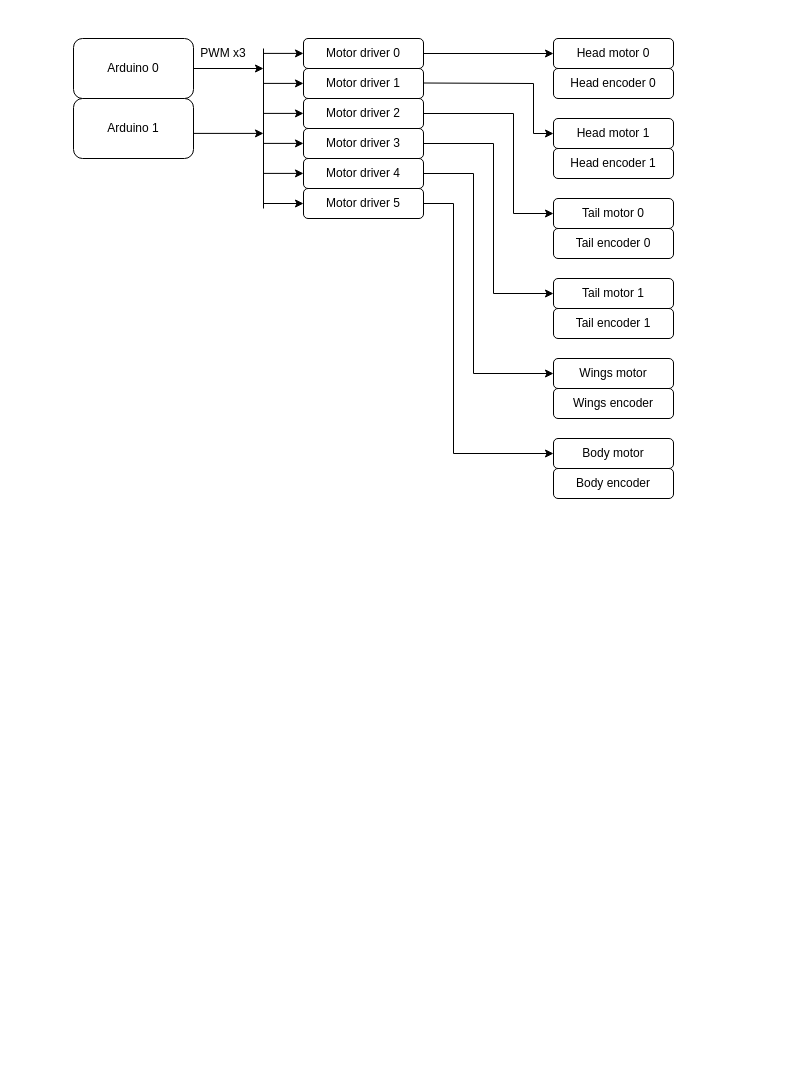
Earlier version of the draw.io diagram drawings/control_block_diagram.drawio (kmtaylor/miss_beehave). Source tidied: cells renumbered, new cells numbered last; positions are measured from the earlier drawing's top-left corner, leaving out a move shared by most shapes. Both pictures are drawn from the tidied source at 100%, with x=0, y=0 at pixel (73, 38).
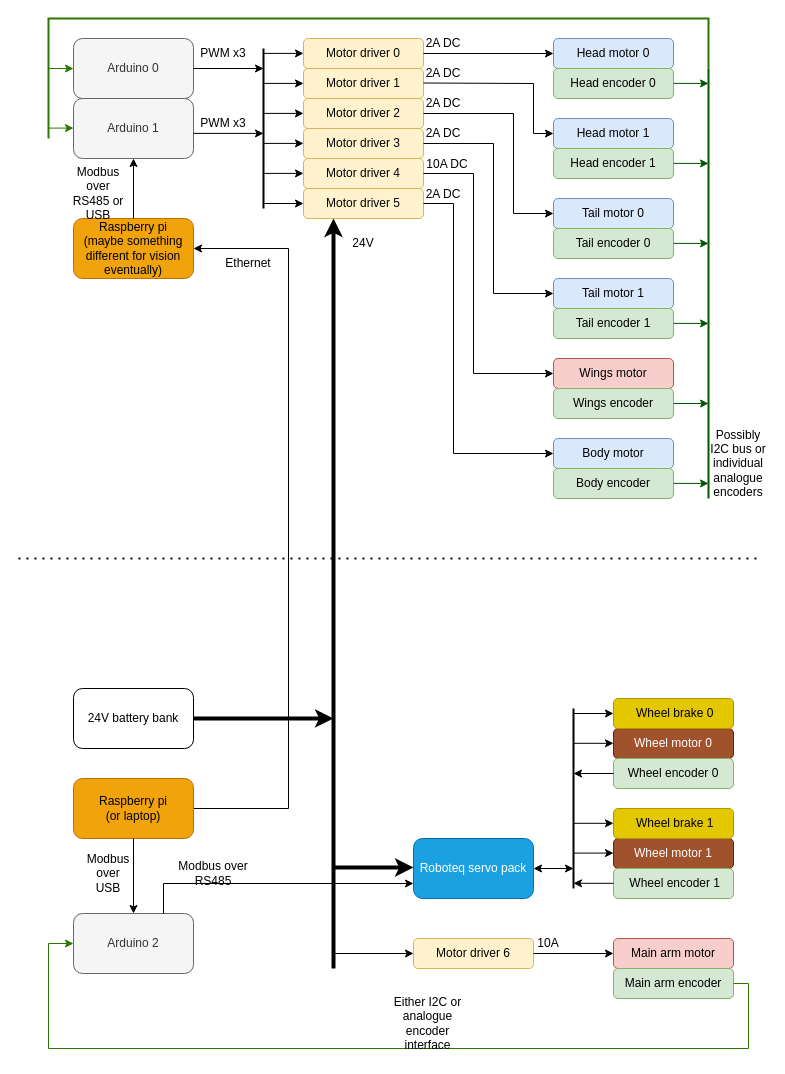
After the change.

Commit message:
Basic structure

Change to the diagram source:
```diff
@@
-    <mxCell id="2" value="Head motor 0" style="rounded=1;whiteSpace=wrap;html=1;" parent="1" vertex="1">
+    <mxCell id="2" value="Head motor 0" style="rounded=1;whiteSpace=wrap;html=1;fillColor=#dae8fc;strokeColor=#6c8ebf;" parent="1" vertex="1">
       <mxGeometry x="480" width="120" height="30" as="geometry" />
     </mxCell>
-    <mxCell id="3" value="Head encoder 0" style="rounded=1;whiteSpace=wrap;html=1;" parent="1" vertex="1">
+    <mxCell id="3" value="Head encoder 0" style="rounded=1;whiteSpace=wrap;html=1;fillColor=#d5e8d4;strokeColor=#82b366;" parent="1" vertex="1">
       <mxGeometry x="480" y="30" width="120" height="30" as="geometry" />
     </mxCell>
-    <mxCell id="4" value="Head motor 1" style="rounded=1;whiteSpace=wrap;html=1;" parent="1" vertex="1">
+    <mxCell id="4" value="Head motor 1" style="rounded=1;whiteSpace=wrap;html=1;fillColor=#dae8fc;strokeColor=#6c8ebf;" parent="1" vertex="1">
       <mxGeometry x="480" y="80" width="120" height="30" as="geometry" />
     </mxCell>
-    <mxCell id="5" value="Head encoder 1" style="rounded=1;whiteSpace=wrap;html=1;" parent="1" vertex="1">
+    <mxCell id="5" value="Head encoder 1" style="rounded=1;whiteSpace=wrap;html=1;fillColor=#d5e8d4;strokeColor=#82b366;" parent="1" vertex="1">
       <mxGeometry x="480" y="110" width="120" height="30" as="geometry" />
     </mxCell>
-    <mxCell id="6" value="Tail motor 0" style="rounded=1;whiteSpace=wrap;html=1;" parent="1" vertex="1">
+    <mxCell id="6" value="Tail motor 0" style="rounded=1;whiteSpace=wrap;html=1;fillColor=#dae8fc;strokeColor=#6c8ebf;" parent="1" vertex="1">
       <mxGeometry x="480" y="160" width="120" height="30" as="geometry" />
     </mxCell>
-    <mxCell id="7" value="Tail encoder 0" style="rounded=1;whiteSpace=wrap;html=1;" parent="1" vertex="1">
+    <mxCell id="7" value="Tail encoder 0" style="rounded=1;whiteSpace=wrap;html=1;fillColor=#d5e8d4;strokeColor=#82b366;" parent="1" vertex="1">
       <mxGeometry x="480" y="190" width="120" height="30" as="geometry" />
     </mxCell>
-    <mxCell id="8" value="Tail motor 1" style="rounded=1;whiteSpace=wrap;html=1;" parent="1" vertex="1">
+    <mxCell id="8" value="Tail motor 1" style="rounded=1;whiteSpace=wrap;html=1;fillColor=#dae8fc;strokeColor=#6c8ebf;" parent="1" vertex="1">
       <mxGeometry x="480" y="240" width="120" height="30" as="geometry" />
     </mxCell>
-    <mxCell id="9" value="Tail encoder 1" style="rounded=1;whiteSpace=wrap;html=1;" parent="1" vertex="1">
+    <mxCell id="9" value="Tail encoder 1" style="rounded=1;whiteSpace=wrap;html=1;fillColor=#d5e8d4;strokeColor=#82b366;" parent="1" vertex="1">
       <mxGeometry x="480" y="270" width="120" height="30" as="geometry" />
     </mxCell>
-    <mxCell id="10" value="Wings motor" style="rounded=1;whiteSpace=wrap;html=1;" parent="1" vertex="1">
+    <mxCell id="10" value="Wings motor" style="rounded=1;whiteSpace=wrap;html=1;fillColor=#f8cecc;strokeColor=#b85450;" parent="1" vertex="1">
       <mxGeometry x="480" y="320" width="120" height="30" as="geometry" />
     </mxCell>
-    <mxCell id="11" value="Wings encoder" style="rounded=1;whiteSpace=wrap;html=1;" parent="1" vertex="1">
+    <mxCell id="11" value="Wings encoder" style="rounded=1;whiteSpace=wrap;html=1;fillColor=#d5e8d4;strokeColor=#82b366;" parent="1" vertex="1">
       <mxGeometry x="480" y="350" width="120" height="30" as="geometry" />
     </mxCell>
-    <mxCell id="12" value="Body motor" style="rounded=1;whiteSpace=wrap;html=1;" parent="1" vertex="1">
+    <mxCell id="12" value="Body motor" style="rounded=1;whiteSpace=wrap;html=1;fillColor=#dae8fc;strokeColor=#6c8ebf;" parent="1" vertex="1">
       <mxGeometry x="480" y="400" width="120" height="30" as="geometry" />
     </mxCell>
-    <mxCell id="13" value="Body encoder" style="rounded=1;whiteSpace=wrap;html=1;" parent="1" vertex="1">
+    <mxCell id="13" value="Body encoder" style="rounded=1;whiteSpace=wrap;html=1;fillColor=#d5e8d4;strokeColor=#82b366;" parent="1" vertex="1">
       <mxGeometry x="480" y="430" width="120" height="30" as="geometry" />
     </mxCell>
-    <mxCell id="14" value="Motor driver 0" style="rounded=1;whiteSpace=wrap;html=1;" parent="1" vertex="1">
+    <mxCell id="14" value="Motor driver 0" style="rounded=1;whiteSpace=wrap;html=1;fillColor=#fff2cc;strokeColor=#d6b656;" parent="1" vertex="1">
       <mxGeometry x="230" width="120" height="30" as="geometry" />
     </mxCell>
-    <mxCell id="15" value="Motor driver 1" style="rounded=1;whiteSpace=wrap;html=1;" parent="1" vertex="1">
+    <mxCell id="15" value="Motor driver 1" style="rounded=1;whiteSpace=wrap;html=1;fillColor=#fff2cc;strokeColor=#d6b656;" parent="1" vertex="1">
       <mxGeometry x="230" y="30" width="120" height="30" as="geometry" />
     </mxCell>
-    <mxCell id="16" value="Motor driver 2" style="rounded=1;whiteSpace=wrap;html=1;" parent="1" vertex="1">
+    <mxCell id="16" value="Motor driver 2" style="rounded=1;whiteSpace=wrap;html=1;fillColor=#fff2cc;strokeColor=#d6b656;" parent="1" vertex="1">
       <mxGeometry x="230" y="60" width="120" height="30" as="geometry" />
     </mxCell>
-    <mxCell id="17" value="Motor driver 3" style="rounded=1;whiteSpace=wrap;html=1;" parent="1" vertex="1">
+    <mxCell id="17" value="Motor driver 3" style="rounded=1;whiteSpace=wrap;html=1;fillColor=#fff2cc;strokeColor=#d6b656;" parent="1" vertex="1">
       <mxGeometry x="230" y="90" width="120" height="30" as="geometry" />
     </mxCell>
-    <mxCell id="18" value="Motor driver 4" style="rounded=1;whiteSpace=wrap;html=1;" parent="1" vertex="1">
+    <mxCell id="18" value="Motor driver 4" style="rounded=1;whiteSpace=wrap;html=1;fillColor=#fff2cc;strokeColor=#d6b656;" parent="1" vertex="1">
       <mxGeometry x="230" y="120" width="120" height="30" as="geometry" />
     </mxCell>
-    <mxCell id="19" value="Motor driver 5" style="rounded=1;whiteSpace=wrap;html=1;" parent="1" vertex="1">
+    <mxCell id="19" value="Motor driver 5" style="rounded=1;whiteSpace=wrap;html=1;fillColor=#fff2cc;strokeColor=#d6b656;" parent="1" vertex="1">
       <mxGeometry x="230" y="150" width="120" height="30" as="geometry" />
     </mxCell>
@@
-    <mxCell id="26" value="Arduino 0" style="rounded=1;whiteSpace=wrap;html=1;" parent="1" vertex="1">
+    <mxCell id="26" value="Arduino 0" style="rounded=1;whiteSpace=wrap;html=1;fillColor=#f5f5f5;fontColor=#333333;strokeColor=#666666;" parent="1" vertex="1">
       <mxGeometry width="120" height="60" as="geometry" />
     </mxCell>
-    <mxCell id="27" value="Arduino 1" style="rounded=1;whiteSpace=wrap;html=1;" parent="1" vertex="1">
+    <mxCell id="27" value="Arduino 1" style="rounded=1;whiteSpace=wrap;html=1;fillColor=#f5f5f5;fontColor=#333333;strokeColor=#666666;" parent="1" vertex="1">
       <mxGeometry y="60" width="120" height="60" as="geometry" />
     </mxCell>
-    <mxCell id="28" style="endArrow=none;html=1;rounded=0;endFill=0;" parent="1" edge="1">
+    <mxCell id="28" style="endArrow=none;html=1;rounded=0;endFill=0;strokeWidth=2;" parent="1" edge="1">
       <mxGeometry relative="1" as="geometry">
         <mxPoint x="190" y="10" as="sourcePoint" />
         <mxPoint x="190" y="170" as="targetPoint" />
       </mxGeometry>
     </mxCell>
@@
+    <mxCell id="38" value="PWM x3" style="text;html=1;strokeColor=none;fillColor=none;align=center;verticalAlign=middle;whiteSpace=wrap;rounded=0;" parent="1" vertex="1">
+      <mxGeometry x="120" y="70" width="60" height="30" as="geometry" />
+    </mxCell>
+    <mxCell id="39" value="2A DC" style="text;html=1;strokeColor=none;fillColor=none;align=center;verticalAlign=middle;whiteSpace=wrap;rounded=0;" parent="1" vertex="1">
+      <mxGeometry x="340" y="-10" width="60" height="30" as="geometry" />
+    </mxCell>
+    <mxCell id="40" value="2A DC" style="text;html=1;strokeColor=none;fillColor=none;align=center;verticalAlign=middle;whiteSpace=wrap;rounded=0;" parent="1" vertex="1">
+      <mxGeometry x="340" y="20" width="60" height="30" as="geometry" />
+    </mxCell>
+    <mxCell id="41" value="2A DC" style="text;html=1;strokeColor=none;fillColor=none;align=center;verticalAlign=middle;whiteSpace=wrap;rounded=0;" parent="1" vertex="1">
+      <mxGeometry x="340" y="50" width="60" height="30" as="geometry" />
+    </mxCell>
+    <mxCell id="42" value="2A DC" style="text;html=1;strokeColor=none;fillColor=none;align=center;verticalAlign=middle;whiteSpace=wrap;rounded=0;" parent="1" vertex="1">
+      <mxGeometry x="340" y="80" width="60" height="30" as="geometry" />
+    </mxCell>
+    <mxCell id="43" value="10A DC" style="text;html=1;strokeColor=none;fillColor=none;align=center;verticalAlign=middle;whiteSpace=wrap;rounded=0;" parent="1" vertex="1">
+      <mxGeometry x="344" y="111" width="60" height="30" as="geometry" />
+    </mxCell>
+    <mxCell id="44" value="2A DC" style="text;html=1;strokeColor=none;fillColor=none;align=center;verticalAlign=middle;whiteSpace=wrap;rounded=0;" parent="1" vertex="1">
+      <mxGeometry x="340" y="141" width="60" height="30" as="geometry" />
+    </mxCell>
+    <mxCell id="45" style="endArrow=none;html=1;rounded=0;endFill=0;fillColor=#008a00;strokeColor=#005700;strokeWidth=2;" parent="1" edge="1">
+      <mxGeometry relative="1" as="geometry">
+        <mxPoint x="635" y="30" as="sourcePoint" />
+        <mxPoint x="635" y="460" as="targetPoint" />
+      </mxGeometry>
+    </mxCell>
+    <mxCell id="46" style="endArrow=classic;html=1;rounded=0;exitX=1;exitY=0.5;exitDx=0;exitDy=0;fillColor=#008a00;strokeColor=#005700;" parent="1" edge="1" source="11">
+      <mxGeometry relative="1" as="geometry">
+        <mxPoint x="635" y="365" as="targetPoint" />
+      </mxGeometry>
+    </mxCell>
+    <mxCell id="47" style="endArrow=classic;html=1;rounded=0;exitX=1;exitY=0.5;exitDx=0;exitDy=0;fillColor=#008a00;strokeColor=#005700;" parent="1" edge="1">
+      <mxGeometry relative="1" as="geometry">
+        <mxPoint x="600" y="444.9" as="sourcePoint" />
+        <mxPoint x="635" y="444.9" as="targetPoint" />
+      </mxGeometry>
+    </mxCell>
+    <mxCell id="48" style="endArrow=classic;html=1;rounded=0;exitX=1;exitY=0.5;exitDx=0;exitDy=0;fillColor=#008a00;strokeColor=#005700;" parent="1" edge="1">
+      <mxGeometry relative="1" as="geometry">
+        <mxPoint x="600" y="284.9" as="sourcePoint" />
+        <mxPoint x="635" y="284.9" as="targetPoint" />
+      </mxGeometry>
+    </mxCell>
+    <mxCell id="49" style="endArrow=classic;html=1;rounded=0;exitX=1;exitY=0.5;exitDx=0;exitDy=0;fillColor=#008a00;strokeColor=#005700;" parent="1" edge="1">
+      <mxGeometry relative="1" as="geometry">
+        <mxPoint x="600" y="204.9" as="sourcePoint" />
+        <mxPoint x="635" y="204.9" as="targetPoint" />
+      </mxGeometry>
+    </mxCell>
+    <mxCell id="50" style="endArrow=classic;html=1;rounded=0;exitX=1;exitY=0.5;exitDx=0;exitDy=0;fillColor=#008a00;strokeColor=#005700;" parent="1" edge="1">
+      <mxGeometry relative="1" as="geometry">
+        <mxPoint x="600" y="124.9" as="sourcePoint" />
+        <mxPoint x="635" y="124.9" as="targetPoint" />
+      </mxGeometry>
+    </mxCell>
+    <mxCell id="51" style="endArrow=classic;html=1;rounded=0;exitX=1;exitY=0.5;exitDx=0;exitDy=0;fillColor=#008a00;strokeColor=#005700;" parent="1" edge="1">
+      <mxGeometry relative="1" as="geometry">
+        <mxPoint x="600" y="44.9" as="sourcePoint" />
+        <mxPoint x="635" y="44.9" as="targetPoint" />
+      </mxGeometry>
+    </mxCell>
+    <mxCell id="52" style="endArrow=none;html=1;rounded=0;fillColor=#60a917;strokeColor=#2D7600;strokeWidth=2;endFill=0;" parent="1" edge="1">
+      <mxGeometry relative="1" as="geometry">
+        <mxPoint x="635" y="30" as="sourcePoint" />
+        <mxPoint x="-25" y="90" as="targetPoint" />
+        <Array as="points">
+          <mxPoint x="635" y="-20" />
+          <mxPoint x="-25" y="-20" />
+          <mxPoint x="-25" y="90" />
+          <mxPoint x="-25" y="100" />
+        </Array>
+      </mxGeometry>
+    </mxCell>
+    <mxCell id="53" style="endArrow=classic;html=1;rounded=0;entryX=0;entryY=0.5;entryDx=0;entryDy=0;fillColor=#60a917;strokeColor=#2D7600;" parent="1" edge="1" target="26">
+      <mxGeometry relative="1" as="geometry">
+        <mxPoint x="-25" y="30" as="sourcePoint" />
+      </mxGeometry>
+    </mxCell>
+    <mxCell id="54" value="Possibly I2C bus or individual analogue encoders" style="text;html=1;strokeColor=none;fillColor=none;align=center;verticalAlign=middle;whiteSpace=wrap;rounded=0;" parent="1" vertex="1">
+      <mxGeometry x="635" y="410" width="60" height="30" as="geometry" />
+    </mxCell>
+    <mxCell id="55" value="&lt;div&gt;Raspberry pi&lt;/div&gt;&lt;div&gt;(maybe something different for vision eventually)&lt;br&gt;&lt;/div&gt;" style="rounded=1;whiteSpace=wrap;html=1;fillColor=#f0a30a;fontColor=#000000;strokeColor=#BD7000;" parent="1" vertex="1">
+      <mxGeometry y="180" width="120" height="60" as="geometry" />
+    </mxCell>
+    <mxCell id="56" style="endArrow=classic;html=1;rounded=0;exitX=0.5;exitY=0;exitDx=0;exitDy=0;entryX=0.5;entryY=1;entryDx=0;entryDy=0;" parent="1" edge="1" source="55" target="27">
+      <mxGeometry relative="1" as="geometry" />
+    </mxCell>
+    <mxCell id="57" value="Modbus over RS485 or USB" style="text;html=1;strokeColor=none;fillColor=none;align=center;verticalAlign=middle;whiteSpace=wrap;rounded=0;" parent="1" vertex="1">
+      <mxGeometry x="-5" y="140" width="60" height="30" as="geometry" />
+    </mxCell>
+    <mxCell id="58" style="endArrow=classic;html=1;rounded=0;entryX=0.25;entryY=1;entryDx=0;entryDy=0;strokeWidth=4;" parent="1" edge="1" target="19">
+      <mxGeometry relative="1" as="geometry">
+        <mxPoint x="260" y="930" as="sourcePoint" />
+      </mxGeometry>
+    </mxCell>
+    <mxCell id="59" style="endArrow=classic;html=1;rounded=0;entryX=1;entryY=0.5;entryDx=0;entryDy=0;exitX=1;exitY=0.5;exitDx=0;exitDy=0;" parent="1" edge="1" source="79" target="55">
+      <mxGeometry relative="1" as="geometry">
+        <Array as="points">
+          <mxPoint x="215" y="770" />
+          <mxPoint x="215" y="210" />
+        </Array>
+      </mxGeometry>
+    </mxCell>
+    <mxCell id="60" value="24V" style="text;html=1;strokeColor=none;fillColor=none;align=center;verticalAlign=middle;whiteSpace=wrap;rounded=0;" parent="1" vertex="1">
+      <mxGeometry x="260" y="190" width="60" height="30" as="geometry" />
+    </mxCell>
+    <mxCell id="61" value="Ethernet" style="text;html=1;strokeColor=none;fillColor=none;align=center;verticalAlign=middle;whiteSpace=wrap;rounded=0;" parent="1" vertex="1">
+      <mxGeometry x="145" y="210" width="60" height="30" as="geometry" />
+    </mxCell>
+    <mxCell id="62" value="24V battery bank" style="rounded=1;whiteSpace=wrap;html=1;" parent="1" vertex="1">
+      <mxGeometry y="650" width="120" height="60" as="geometry" />
+    </mxCell>
+    <mxCell id="63" value="Wheel motor 0" style="rounded=1;whiteSpace=wrap;html=1;fillColor=#a0522d;strokeColor=#6D1F00;fontColor=#ffffff;" parent="1" vertex="1">
+      <mxGeometry x="540" y="690" width="120" height="30" as="geometry" />
+    </mxCell>
+    <mxCell id="64" value="Wheel encoder 0" style="rounded=1;whiteSpace=wrap;html=1;fillColor=#d5e8d4;strokeColor=#82b366;" parent="1" vertex="1">
+      <mxGeometry x="540" y="720" width="120" height="30" as="geometry" />
+    </mxCell>
+    <mxCell id="65" value="Wheel motor 1" style="rounded=1;whiteSpace=wrap;html=1;fillColor=#a0522d;strokeColor=#6D1F00;fontColor=#ffffff;" parent="1" vertex="1">
+      <mxGeometry x="540" y="800" width="120" height="30" as="geometry" />
+    </mxCell>
+    <mxCell id="66" value="&amp;nbsp;Wheel encoder 1" style="rounded=1;whiteSpace=wrap;html=1;fillColor=#d5e8d4;strokeColor=#82b366;" parent="1" vertex="1">
+      <mxGeometry x="540" y="830" width="120" height="30" as="geometry" />
+    </mxCell>
+    <mxCell id="67" value="&amp;nbsp;Wheel brake 1" style="rounded=1;whiteSpace=wrap;html=1;fillColor=#e3c800;strokeColor=#B09500;fontColor=#000000;" parent="1" vertex="1">
+      <mxGeometry x="540" y="770" width="120" height="30" as="geometry" />
+    </mxCell>
+    <mxCell id="68" value="&amp;nbsp;Wheel brake 0" style="rounded=1;whiteSpace=wrap;html=1;fillColor=#e3c800;strokeColor=#B09500;fontColor=#000000;" parent="1" vertex="1">
+      <mxGeometry x="540" y="660" width="120" height="30" as="geometry" />
+    </mxCell>
+    <mxCell id="69" value="Roboteq servo pack" style="rounded=1;whiteSpace=wrap;html=1;fillColor=#1ba1e2;fontColor=#ffffff;strokeColor=#006EAF;" parent="1" vertex="1">
+      <mxGeometry x="340" y="800" width="120" height="60" as="geometry" />
+    </mxCell>
+    <mxCell id="70" style="endArrow=none;html=1;rounded=0;strokeWidth=2;" parent="1" edge="1">
+      <mxGeometry relative="1" as="geometry">
+        <mxPoint x="500" y="850" as="sourcePoint" />
+        <mxPoint x="500" y="670" as="targetPoint" />
+      </mxGeometry>
+    </mxCell>
+    <mxCell id="71" style="endArrow=classic;html=1;rounded=0;entryX=0;entryY=0.5;entryDx=0;entryDy=0;fillColor=#60a917;strokeColor=#2D7600;" parent="1" edge="1">
+      <mxGeometry relative="1" as="geometry">
+        <mxPoint x="-25" y="89.6" as="sourcePoint" />
+        <mxPoint y="89.6" as="targetPoint" />
+      </mxGeometry>
+    </mxCell>
+    <mxCell id="72" style="endArrow=classic;html=1;rounded=0;strokeWidth=1;entryX=0;entryY=0.5;entryDx=0;entryDy=0;" parent="1" edge="1" target="68">
+      <mxGeometry relative="1" as="geometry">
+        <mxPoint x="500" y="675" as="sourcePoint" />
+      </mxGeometry>
+    </mxCell>
+    <mxCell id="73" style="endArrow=classic;html=1;rounded=0;strokeWidth=1;entryX=0;entryY=0.5;entryDx=0;entryDy=0;" parent="1" edge="1">
+      <mxGeometry relative="1" as="geometry">
+        <mxPoint x="500" y="704.8" as="sourcePoint" />
+        <mxPoint x="540" y="704.8" as="targetPoint" />
+      </mxGeometry>
+    </mxCell>
+    <mxCell id="74" style="endArrow=classic;html=1;rounded=0;strokeWidth=1;exitX=0;exitY=0.5;exitDx=0;exitDy=0;" parent="1" edge="1" source="64">
+      <mxGeometry relative="1" as="geometry">
+        <mxPoint x="500" y="735" as="targetPoint" />
+      </mxGeometry>
+    </mxCell>
+    <mxCell id="75" style="endArrow=classic;html=1;rounded=0;strokeWidth=1;entryX=0;entryY=0.5;entryDx=0;entryDy=0;" parent="1" edge="1">
+      <mxGeometry relative="1" as="geometry">
+        <mxPoint x="500" y="784.8" as="sourcePoint" />
+        <mxPoint x="540" y="784.8" as="targetPoint" />
+      </mxGeometry>
+    </mxCell>
+    <mxCell id="76" style="endArrow=classic;html=1;rounded=0;strokeWidth=1;entryX=0;entryY=0.5;entryDx=0;entryDy=0;" parent="1" edge="1">
+      <mxGeometry relative="1" as="geometry">
+        <mxPoint x="500" y="814.6" as="sourcePoint" />
+        <mxPoint x="540" y="814.6" as="targetPoint" />
+      </mxGeometry>
+    </mxCell>
+    <mxCell id="77" style="endArrow=classic;html=1;rounded=0;strokeWidth=1;exitX=0;exitY=0.5;exitDx=0;exitDy=0;" parent="1" edge="1">
+      <mxGeometry relative="1" as="geometry">
+        <mxPoint x="540" y="844.8" as="sourcePoint" />
+        <mxPoint x="500" y="844.8" as="targetPoint" />
+      </mxGeometry>
+    </mxCell>
+    <mxCell id="78" style="endArrow=classic;html=1;rounded=0;strokeWidth=1;exitX=1;exitY=0.5;exitDx=0;exitDy=0;startArrow=classic;startFill=1;" parent="1" edge="1" source="69">
+      <mxGeometry relative="1" as="geometry">
+        <mxPoint x="500" y="830" as="targetPoint" />
+      </mxGeometry>
+    </mxCell>
+    <mxCell id="79" value="&lt;div&gt;Raspberry pi&lt;/div&gt;&lt;div&gt;(or laptop)&lt;br&gt;&lt;/div&gt;" style="rounded=1;whiteSpace=wrap;html=1;fillColor=#f0a30a;fontColor=#000000;strokeColor=#BD7000;" parent="1" vertex="1">
+      <mxGeometry y="740" width="120" height="60" as="geometry" />
+    </mxCell>
+    <mxCell id="80" style="endArrow=classic;html=1;rounded=0;strokeWidth=4;" parent="1" edge="1">
+      <mxGeometry relative="1" as="geometry">
+        <mxPoint x="120" y="679.9" as="sourcePoint" />
+        <mxPoint x="260" y="679.9" as="targetPoint" />
+      </mxGeometry>
+    </mxCell>
+    <mxCell id="81" style="endArrow=classic;html=1;rounded=0;strokeWidth=4;" parent="1" edge="1">
+      <mxGeometry relative="1" as="geometry">
+        <mxPoint x="260" y="829" as="sourcePoint" />
+        <mxPoint x="340" y="829" as="targetPoint" />
+      </mxGeometry>
+    </mxCell>
+    <mxCell id="82" value="Main arm motor" style="rounded=1;whiteSpace=wrap;html=1;fillColor=#f8cecc;strokeColor=#b85450;" parent="1" vertex="1">
+      <mxGeometry x="540" y="900" width="120" height="30" as="geometry" />
+    </mxCell>
+    <mxCell id="83" value="Main arm encoder" style="rounded=1;whiteSpace=wrap;html=1;fillColor=#d5e8d4;strokeColor=#82b366;" parent="1" vertex="1">
+      <mxGeometry x="540" y="930" width="120" height="30" as="geometry" />
+    </mxCell>
+    <mxCell id="84" style="endArrow=classic;html=1;rounded=0;fillColor=#60a917;strokeColor=#2D7600;strokeWidth=1;endFill=1;exitX=1;exitY=0.5;exitDx=0;exitDy=0;entryX=0;entryY=0.5;entryDx=0;entryDy=0;" parent="1" edge="1" source="83" target="85">
+      <mxGeometry relative="1" as="geometry">
+        <Array as="points">
+          <mxPoint x="675" y="945" />
+          <mxPoint x="675" y="1010" />
+          <mxPoint x="-25" y="1010" />
+          <mxPoint x="-25" y="905" />
+        </Array>
+      </mxGeometry>
+    </mxCell>
+    <mxCell id="85" value="Arduino 2" style="rounded=1;whiteSpace=wrap;html=1;fillColor=#f5f5f5;fontColor=#333333;strokeColor=#666666;" parent="1" vertex="1">
+      <mxGeometry y="875" width="120" height="60" as="geometry" />
+    </mxCell>
+    <mxCell id="86" value="Motor driver 6" style="rounded=1;whiteSpace=wrap;html=1;fillColor=#fff2cc;strokeColor=#d6b656;" parent="1" vertex="1">
+      <mxGeometry x="340" y="900" width="120" height="30" as="geometry" />
+    </mxCell>
+    <mxCell id="87" style="endArrow=classic;html=1;rounded=0;strokeWidth=1;entryX=0;entryY=0.5;entryDx=0;entryDy=0;exitX=1;exitY=0.5;exitDx=0;exitDy=0;" parent="1" edge="1" source="86" target="82">
+      <mxGeometry relative="1" as="geometry" />
+    </mxCell>
+    <mxCell id="88" value="10A" style="text;html=1;strokeColor=none;fillColor=none;align=center;verticalAlign=middle;whiteSpace=wrap;rounded=0;" parent="1" vertex="1">
+      <mxGeometry x="445" y="890" width="60" height="30" as="geometry" />
+    </mxCell>
+    <mxCell id="89" style="endArrow=classic;html=1;rounded=0;strokeWidth=1;entryX=0;entryY=0.5;entryDx=0;entryDy=0;" parent="1" edge="1" target="86">
+      <mxGeometry relative="1" as="geometry">
+        <mxPoint x="260" y="915" as="sourcePoint" />
+      </mxGeometry>
+    </mxCell>
+    <mxCell id="90" style="endArrow=classic;html=1;rounded=0;strokeWidth=1;exitX=0.5;exitY=1;exitDx=0;exitDy=0;entryX=0.5;entryY=0;entryDx=0;entryDy=0;" parent="1" edge="1" source="79" target="85">
+      <mxGeometry relative="1" as="geometry" />
+    </mxCell>
+    <mxCell id="91" style="endArrow=classic;html=1;rounded=0;strokeWidth=1;entryX=0;entryY=0.75;entryDx=0;entryDy=0;exitX=0.75;exitY=0;exitDx=0;exitDy=0;" parent="1" edge="1" source="85" target="69">
+      <mxGeometry relative="1" as="geometry">
+        <Array as="points">
+          <mxPoint x="90" y="845" />
+        </Array>
+      </mxGeometry>
+    </mxCell>
+    <mxCell id="92" value="Modbus over RS485" style="text;html=1;strokeColor=none;fillColor=none;align=center;verticalAlign=middle;whiteSpace=wrap;rounded=0;" parent="1" vertex="1">
+      <mxGeometry x="85" y="820" width="110" height="30" as="geometry" />
+    </mxCell>
+    <mxCell id="93" value="Modbus over USB" style="text;html=1;strokeColor=none;fillColor=none;align=center;verticalAlign=middle;whiteSpace=wrap;rounded=0;" parent="1" vertex="1">
+      <mxGeometry x="15" y="820" width="40" height="30" as="geometry" />
+    </mxCell>
+    <mxCell id="94" style="endArrow=none;dashed=1;html=1;dashPattern=1 3;strokeWidth=2;rounded=0;" parent="1" edge="1">
+      <mxGeometry relative="1" as="geometry">
+        <mxPoint x="-55" y="520" as="sourcePoint" />
+        <mxPoint x="685" y="520" as="targetPoint" />
+      </mxGeometry>
+    </mxCell>
+    <mxCell id="95" value="Either I2C or analogue encoder interface" style="text;html=1;strokeColor=none;fillColor=none;align=center;verticalAlign=middle;whiteSpace=wrap;rounded=0;" parent="1" vertex="1">
+      <mxGeometry x="309" y="970" width="91" height="30" as="geometry" />
+    </mxCell>
```
